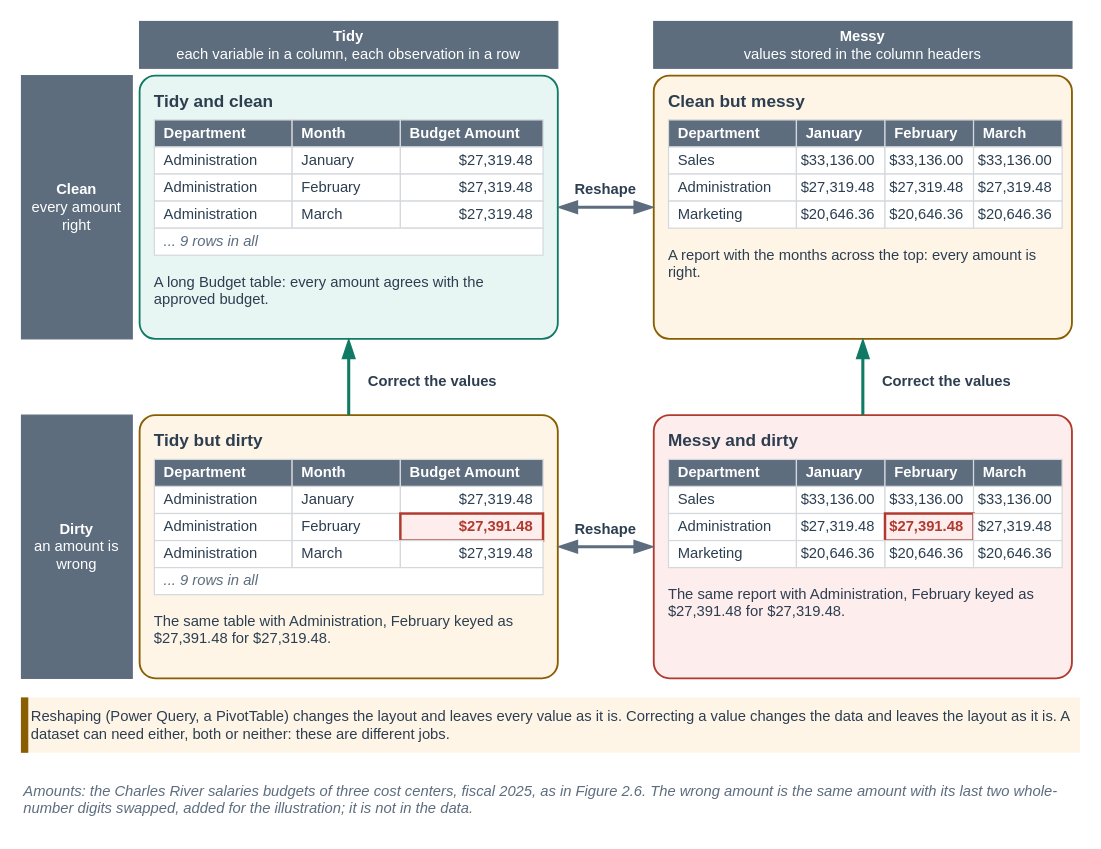
The draw.io diagram facts/instructor/figures/chapter-02-understanding-data/IF-02-0-B.drawio in mmcodesso/Accounting_Analytics_Book, before the edit. Source tidied: cells renumbered, new cells numbered last; positions are measured from the earlier drawing's top-left corner, leaving out a move shared by most shapes. Both pictures are drawn from the tidied source at 123%, with x=0, y=0 at pixel (21, 21).
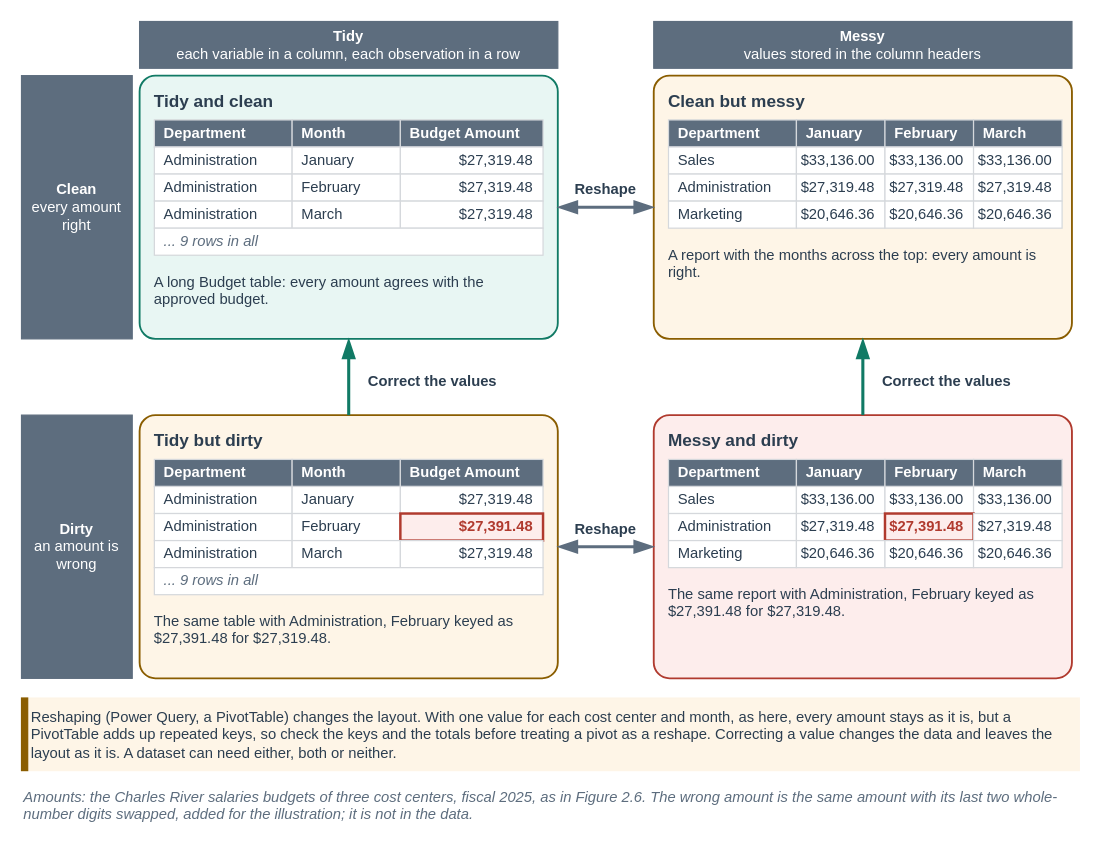
The same diagram, later.

Diff of the diagram source:
```diff
@@
     <mxCell id="2" style="rounded=0;html=1;fillColor=none;strokeColor=none;" parent="1" vertex="1">
-      <mxGeometry width="860" height="650" as="geometry" />
+      <mxGeometry width="860" height="655" as="geometry" />
     </mxCell>
@@
-    <mxCell id="85" value="Reshaping (Power Query, a PivotTable) changes the layout and leaves every value as it is. Correcting a value changes the data and leaves the layout as it is. A dataset can need either, both or neither: these are different jobs." style="rounded=0;arcSize=6;whiteSpace=wrap;html=1;fillColor=#FEF5E7;strokeColor=#FEF5E7;strokeWidth=1;fontColor=#2C3E50;fontSize=12;fontStyle=0;align=left;verticalAlign=middle;fontFamily=Helvetica;spacingLeft=6;spacingRight=6;" parent="1" vertex="1">
-      <mxGeometry y="550" width="860" height="44" as="geometry" />
+    <mxCell id="85" value="Reshaping (Power Query, a PivotTable) changes the layout. With one value for each cost center and month, as here, every amount stays as it is, but a PivotTable adds up repeated keys, so check the keys and the totals before treating a pivot as a reshape. Correcting a value changes the data and leaves the layout as it is. A dataset can need either, both or neither." style="rounded=0;arcSize=6;whiteSpace=wrap;html=1;fillColor=#FEF5E7;strokeColor=#FEF5E7;strokeWidth=1;fontColor=#2C3E50;fontSize=12;fontStyle=0;align=left;verticalAlign=middle;fontFamily=Helvetica;spacingLeft=6;spacingRight=6;" parent="1" vertex="1">
+      <mxGeometry y="550" width="860" height="59" as="geometry" />
     </mxCell>
     <mxCell id="86" style="rounded=0;arcSize=6;whiteSpace=wrap;html=1;fillColor=#8A5D00;strokeColor=#8A5D00;strokeWidth=1;fontColor=#2C3E50;fontSize=13;fontStyle=0;align=center;verticalAlign=middle;fontFamily=Helvetica;spacingLeft=6;spacingRight=6;" parent="1" vertex="1">
-      <mxGeometry y="550" width="5" height="44" as="geometry" />
+      <mxGeometry y="550" width="5" height="59" as="geometry" />
     </mxCell>
     <mxCell id="87" value="&lt;i&gt;Amounts: the Charles River salaries budgets of three cost centers, fiscal 2025, as in Figure 2.6. The wrong amount is the same amount with its last two whole-number digits swapped, added for the illustration; it is not in the data.&lt;/i&gt;" style="text;html=1;whiteSpace=wrap;align=left;verticalAlign=top;fontSize=12;fontColor=#5D6D7E;fontStyle=0;fontFamily=Helvetica;spacing=2;fillColor=none;strokeColor=none;" parent="1" vertex="1">
-      <mxGeometry y="612" width="860" height="36" as="geometry" />
+      <mxGeometry y="617" width="860" height="36" as="geometry" />
     </mxCell>
```
